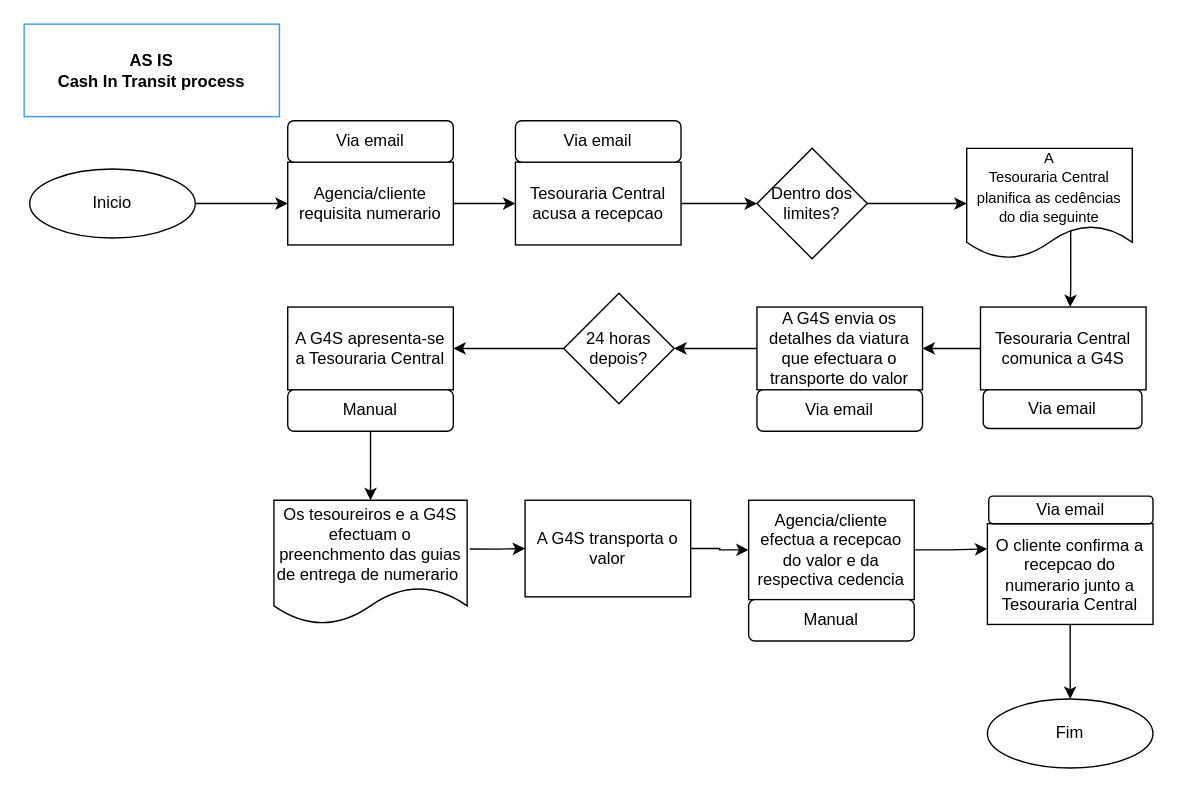
This is Untitled Diagram.drawio from Tambula/Hello-word, a draw.io file, before an edit. Source tidied: cells renumbered, new cells numbered last; positions are measured from the earlier drawing's top-left corner, leaving out a move shared by most shapes. Both pictures are drawn from the tidied source at 138%, with x=0, y=0 at pixel (23, 23).
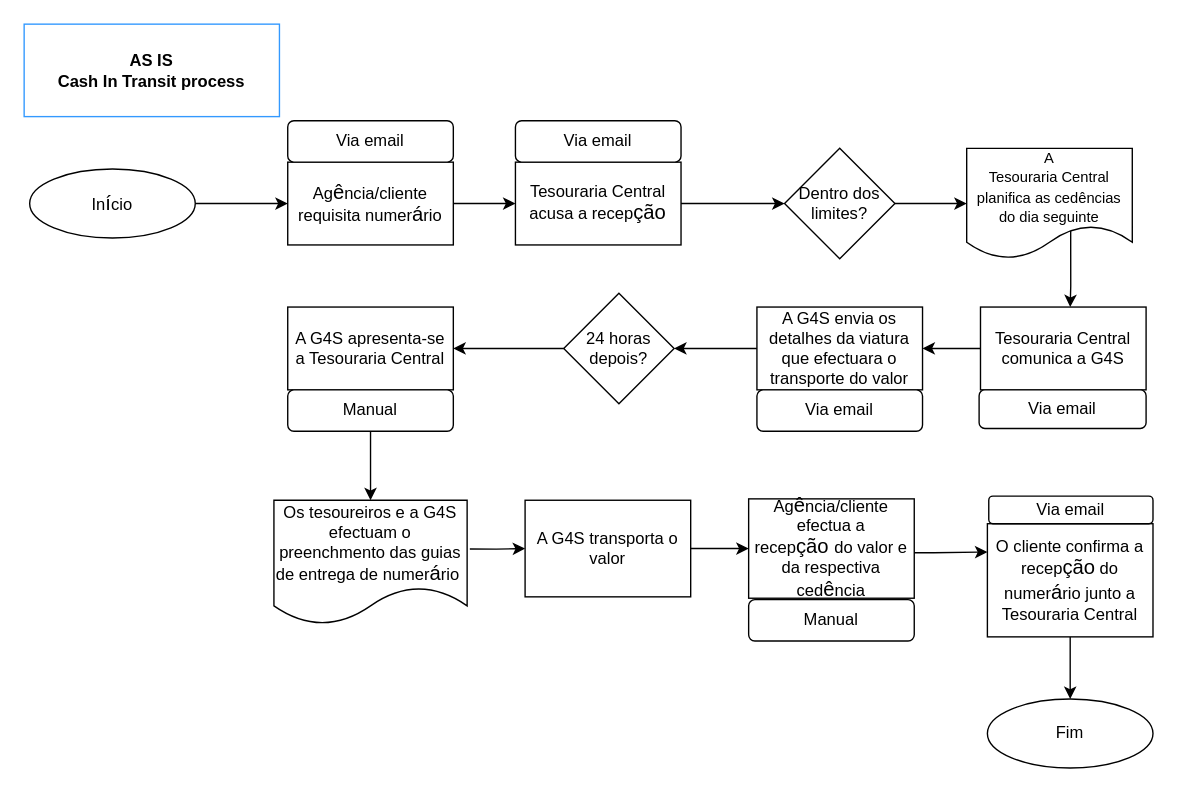
The same page after the edit.

Commit message:
CIT_Process_FlowASIS

The edit, as a diff of the source:
```diff
@@
-    <mxCell id="3" value="Agencia/cliente requisita numerario" style="rounded=0;whiteSpace=wrap;html=1;" parent="1" vertex="1">
+    <mxCell id="3" value="Ag&lt;span lang=&quot;EN-US&quot; style=&quot;font-size: 11.0pt ; line-height: 107% ; font-family: &amp;#34;calibri&amp;#34; , sans-serif&quot;&gt;ê&lt;/span&gt;ncia/cliente requisita numer&lt;span lang=&quot;EN-US&quot; style=&quot;font-size: 11.0pt ; line-height: 107% ; font-family: &amp;#34;calibri&amp;#34; , sans-serif&quot;&gt;á&lt;/span&gt;rio" style="rounded=0;whiteSpace=wrap;html=1;" parent="1" vertex="1">
       <mxGeometry x="191" y="100" width="120" height="60" as="geometry" />
     </mxCell>
@@
-    <mxCell id="5" value="Tesouraria Central acusa a recepcao" style="rounded=0;whiteSpace=wrap;html=1;" parent="1" vertex="1">
+    <mxCell id="5" value="Tesouraria Central acusa a recep&lt;span lang=&quot;EN-US&quot; style=&quot;font-size: 11.0pt ; line-height: 107% ; font-family: &amp;#34;calibri&amp;#34; , sans-serif&quot;&gt;ção&lt;/span&gt;" style="rounded=0;whiteSpace=wrap;html=1;" parent="1" vertex="1">
       <mxGeometry x="356" y="100" width="120" height="60" as="geometry" />
     </mxCell>
@@
     <mxCell id="7" value="Dentro dos limites?" style="rhombus;whiteSpace=wrap;html=1;" parent="1" vertex="1">
-      <mxGeometry x="531" y="90" width="80" height="80" as="geometry" />
+      <mxGeometry x="551" y="90" width="80" height="80" as="geometry" />
     </mxCell>
@@
-    <mxCell id="9" value="Inicio" style="ellipse;whiteSpace=wrap;html=1;" parent="1" vertex="1">
+    <mxCell id="9" value="In&lt;span lang=&quot;EN-US&quot; style=&quot;font-size: 11.0pt ; line-height: 107% ; font-family: &amp;#34;calibri&amp;#34; , sans-serif&quot;&gt;í&lt;/span&gt;cio" style="ellipse;whiteSpace=wrap;html=1;" parent="1" vertex="1">
       <mxGeometry x="4" y="105" width="120" height="50" as="geometry" />
     </mxCell>
@@
     <mxCell id="18" value="Via email" style="rounded=1;whiteSpace=wrap;html=1;" parent="1" vertex="1">
-      <mxGeometry x="695" y="265" width="115" height="28" as="geometry" />
+      <mxGeometry x="692" y="265" width="121" height="28" as="geometry" />
     </mxCell>
@@
     <mxCell id="25" style="edgeStyle=orthogonalEdgeStyle;rounded=0;jettySize=auto;html=1;entryX=0;entryY=0.25;entryDx=0;entryDy=0;" parent="1" edge="1" source="26" target="28">
-      <mxGeometry relative="1" as="geometry" />
+      <mxGeometry relative="1" as="geometry">
+        <Array as="points">
+          <mxPoint x="659" y="383" />
+          <mxPoint x="659" y="383" />
+        </Array>
+      </mxGeometry>
     </mxCell>
-    <mxCell id="26" value="Agencia/cliente efectua a recepcao do valor e da respectiva cedencia" style="rounded=0;whiteSpace=wrap;html=1;" parent="1" vertex="1">
-      <mxGeometry x="525" y="345" width="120" height="72" as="geometry" />
+    <mxCell id="26" value="Ag&lt;span lang=&quot;EN-US&quot; style=&quot;font-size: 11.0pt ; line-height: 107% ; font-family: &amp;#34;calibri&amp;#34; , sans-serif&quot;&gt;ê&lt;/span&gt;ncia/cliente efectua a recep&lt;span lang=&quot;EN-US&quot; style=&quot;font-size: 11.0pt ; line-height: 107% ; font-family: &amp;#34;calibri&amp;#34; , sans-serif&quot;&gt;ção&amp;nbsp;&lt;/span&gt;do valor e da respectiva ced&lt;span style=&quot;font-family: &amp;#34;calibri&amp;#34; , sans-serif ; font-size: 14.6667px&quot;&gt;ê&lt;/span&gt;ncia" style="rounded=0;whiteSpace=wrap;html=1;" parent="1" vertex="1">
+      <mxGeometry x="525" y="344" width="120" height="72" as="geometry" />
     </mxCell>
@@
-    <mxCell id="28" value="O cliente confirma a recepcao do numerario junto a Tesouraria Central" style="rounded=0;whiteSpace=wrap;html=1;" parent="1" vertex="1">
-      <mxGeometry x="698" y="362" width="120" height="73" as="geometry" />
+    <mxCell id="28" value="O cliente confirma a recep&lt;span style=&quot;font-family: &amp;#34;calibri&amp;#34; , sans-serif ; font-size: 14.6667px&quot;&gt;ção&lt;/span&gt;&amp;nbsp;do numer&lt;span style=&quot;font-family: &amp;#34;calibri&amp;#34; , sans-serif ; font-size: 14.6667px&quot;&gt;á&lt;/span&gt;rio junto a Tesouraria Central" style="rounded=0;whiteSpace=wrap;html=1;" parent="1" vertex="1">
+      <mxGeometry x="698" y="362" width="120" height="82" as="geometry" />
     </mxCell>
@@
-    <mxCell id="31" value="&lt;span style=&quot;white-space: normal&quot;&gt;Os tesoureiros e a G4S efectuam o preenchmento das guias de entrega de numerario&amp;nbsp;&lt;/span&gt;" style="shape=document;whiteSpace=wrap;html=1;boundedLbl=1;" parent="1" vertex="1">
+    <mxCell id="31" value="&lt;span style=&quot;white-space: normal&quot;&gt;Os tesoureiros e a G4S efectuam o preenchmento das guias de entrega de numer&lt;/span&gt;&lt;span style=&quot;font-family: &amp;#34;calibri&amp;#34; , sans-serif ; font-size: 14.6667px&quot;&gt;á&lt;/span&gt;&lt;span style=&quot;white-space: normal&quot;&gt;rio&amp;nbsp;&lt;/span&gt;" style="shape=document;whiteSpace=wrap;html=1;boundedLbl=1;" parent="1" vertex="1">
       <mxGeometry x="181" y="345" width="140" height="90" as="geometry" />
     </mxCell>
```
